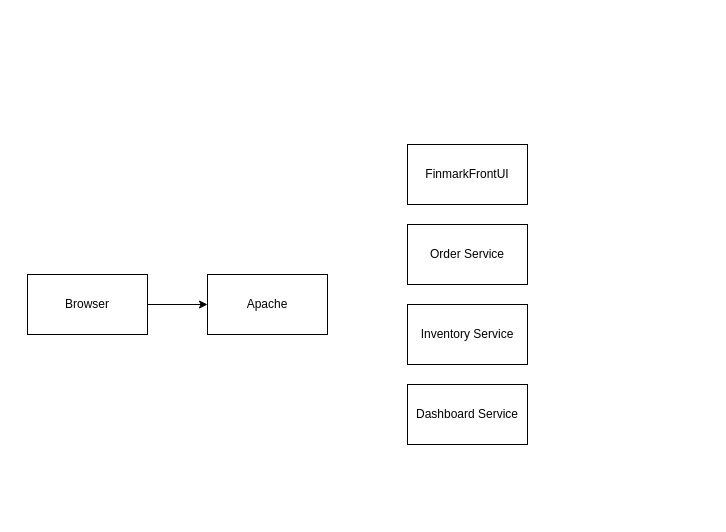
Earlier version of the draw.io diagram finer_mark_activity_diagram.drawio (mmdc-j-abejo/draw). Source tidied: cells renumbered, new cells numbered last; positions are measured from the earlier drawing's top-left corner, leaving out a move shared by most shapes. Both pictures are drawn from the tidied source at 100%, with x=0, y=0 at pixel (27, 144).
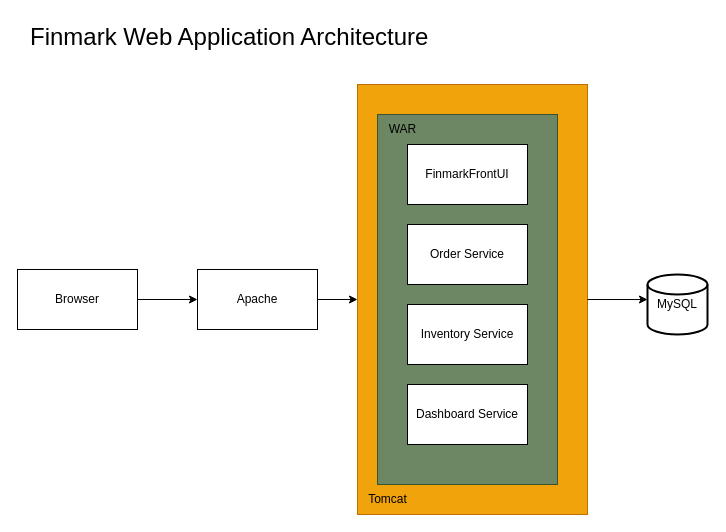
The same page after the edit.

The edit, as a diff of the source:
```diff
@@
 <mxGraphModel>
   <root>
     <mxCell id="0" />
     <mxCell id="1" parent="0" />
+    <mxCell id="9" value="&lt;blockquote style=&quot;margin: 0 0 0 40px; border: none; padding: 0px;&quot;&gt;&lt;div&gt;&lt;br&gt;&lt;/div&gt;&lt;/blockquote&gt;" style="rounded=0;whiteSpace=wrap;html=1;align=left;fillColor=#f0a30a;fontColor=#000000;strokeColor=#BD7000;" parent="1" vertex="1">
+      <mxGeometry x="330" y="-60" width="230" height="430" as="geometry" />
+    </mxCell>
+    <mxCell id="10" style="rounded=0;whiteSpace=wrap;html=1;fillColor=#6d8764;fontColor=#ffffff;strokeColor=#3A5431;" parent="1" vertex="1">
+      <mxGeometry x="350" y="-30" width="180" height="370" as="geometry" />
+    </mxCell>
+    <mxCell id="11" style="edgeStyle=orthogonalEdgeStyle;rounded=0;jettySize=auto;html=1;entryX=0;entryY=0.5;entryDx=0;entryDy=0;" parent="1" edge="1" source="2" target="9">
+      <mxGeometry relative="1" as="geometry" />
+    </mxCell>
     <mxCell id="2" value="Apache" style="rounded=0;whiteSpace=wrap;html=1;" parent="1" vertex="1">
-      <mxGeometry x="180" y="130" width="120" height="60" as="geometry" />
+      <mxGeometry x="170" y="125" width="120" height="60" as="geometry" />
     </mxCell>
     <mxCell id="3" value="FinmarkFrontUI" style="rounded=0;whiteSpace=wrap;html=1;" parent="1" vertex="1">
       <mxGeometry x="380" width="120" height="60" as="geometry" />
     </mxCell>
     <mxCell id="4" value="Order Service" style="rounded=0;whiteSpace=wrap;html=1;" parent="1" vertex="1">
       <mxGeometry x="380" y="80" width="120" height="60" as="geometry" />
     </mxCell>
     <mxCell id="5" value="Inventory Service" style="rounded=0;whiteSpace=wrap;html=1;" parent="1" vertex="1">
       <mxGeometry x="380" y="160" width="120" height="60" as="geometry" />
     </mxCell>
     <mxCell id="6" value="Dashboard Service" style="rounded=0;whiteSpace=wrap;html=1;" parent="1" vertex="1">
       <mxGeometry x="380" y="240" width="120" height="60" as="geometry" />
     </mxCell>
     <mxCell id="7" style="edgeStyle=orthogonalEdgeStyle;rounded=0;jettySize=auto;html=1;" parent="1" edge="1" source="8" target="2">
       <mxGeometry relative="1" as="geometry" />
     </mxCell>
     <mxCell id="8" value="Browser" style="rounded=0;whiteSpace=wrap;html=1;" parent="1" vertex="1">
-      <mxGeometry y="130" width="120" height="60" as="geometry" />
+      <mxGeometry x="-10" y="125" width="120" height="60" as="geometry" />
     </mxCell>
+    <mxCell id="12" value="Tomcat" style="text;html=1;align=center;verticalAlign=middle;strokeColor=none;fillColor=none;" parent="1" vertex="1">
+      <mxGeometry x="330" y="340" width="60" height="30" as="geometry" />
+    </mxCell>
+    <mxCell id="13" value="WAR" style="text;html=1;align=center;verticalAlign=middle;strokeColor=none;fillColor=none;" parent="1" vertex="1">
+      <mxGeometry x="350" y="-30" width="50" height="30" as="geometry" />
+    </mxCell>
+    <mxCell id="14" value="MySQL" style="strokeWidth=2;html=1;shape=mxgraph.flowchart.database;whiteSpace=wrap;" parent="1" vertex="1">
+      <mxGeometry x="620" y="130" width="60" height="60" as="geometry" />
+    </mxCell>
+    <mxCell id="15" style="edgeStyle=orthogonalEdgeStyle;rounded=0;jettySize=auto;html=1;entryX=0;entryY=0.417;entryDx=0;entryDy=0;entryPerimeter=0;" parent="1" edge="1" source="9" target="14">
+      <mxGeometry relative="1" as="geometry" />
+    </mxCell>
+    <mxCell id="16" value="Finmark Web Application Architecture&amp;nbsp;" style="text;html=1;align=center;verticalAlign=middle;strokeColor=none;fillColor=none;fontSize=24;" parent="1" vertex="1">
+      <mxGeometry x="-10" y="-127" width="430" height="40" as="geometry" />
+    </mxCell>
   </root>
 </mxGraphModel>
```
